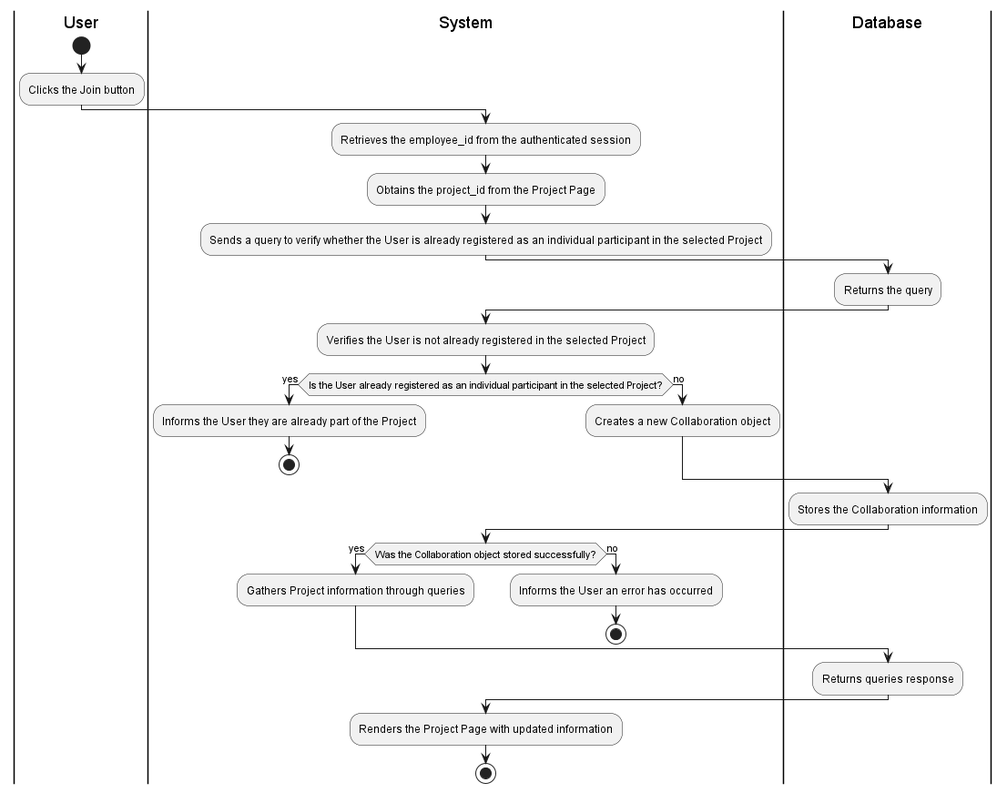
Earlier version of the PlantUML export documentation/activity_diagrams/out/PROJ-05-01-ActivityDiagram/PROJ-05-01-ActivityDiagram.png (Berthou05/LimboSoftwareDevelopment_Change.org). Source of this version:
```plantuml
@startuml
|User|
start
:Clicks the Join button;

|System|
:Retrieves the employee_id from the authenticated session;
:Obtains the project_id from the Project Page;
:Sends a query to verify whether the User is already registered as an individual participant in the selected Project;

|Database|
:Returns the query;

|System|
:Verifies the User is not already registered in the selected Project;
if (Is the User already registered as an individual participant in the selected Project?) then (yes)
    :Informs the User they are already part of the Project;
    stop
else (no)
    :Creates a new Collaboration object;
endif

|Database|
:Stores the Collaboration information;

|System|
if (Was the Collaboration object stored successfully?) then (yes)
    :Gathers Project information through queries;
else (no)
    :Informs the User an error has occurred;
    stop
endif

|Database|
:Returns queries response;

|System|
:Renders the Project Page with updated information;
stop
@enduml
```
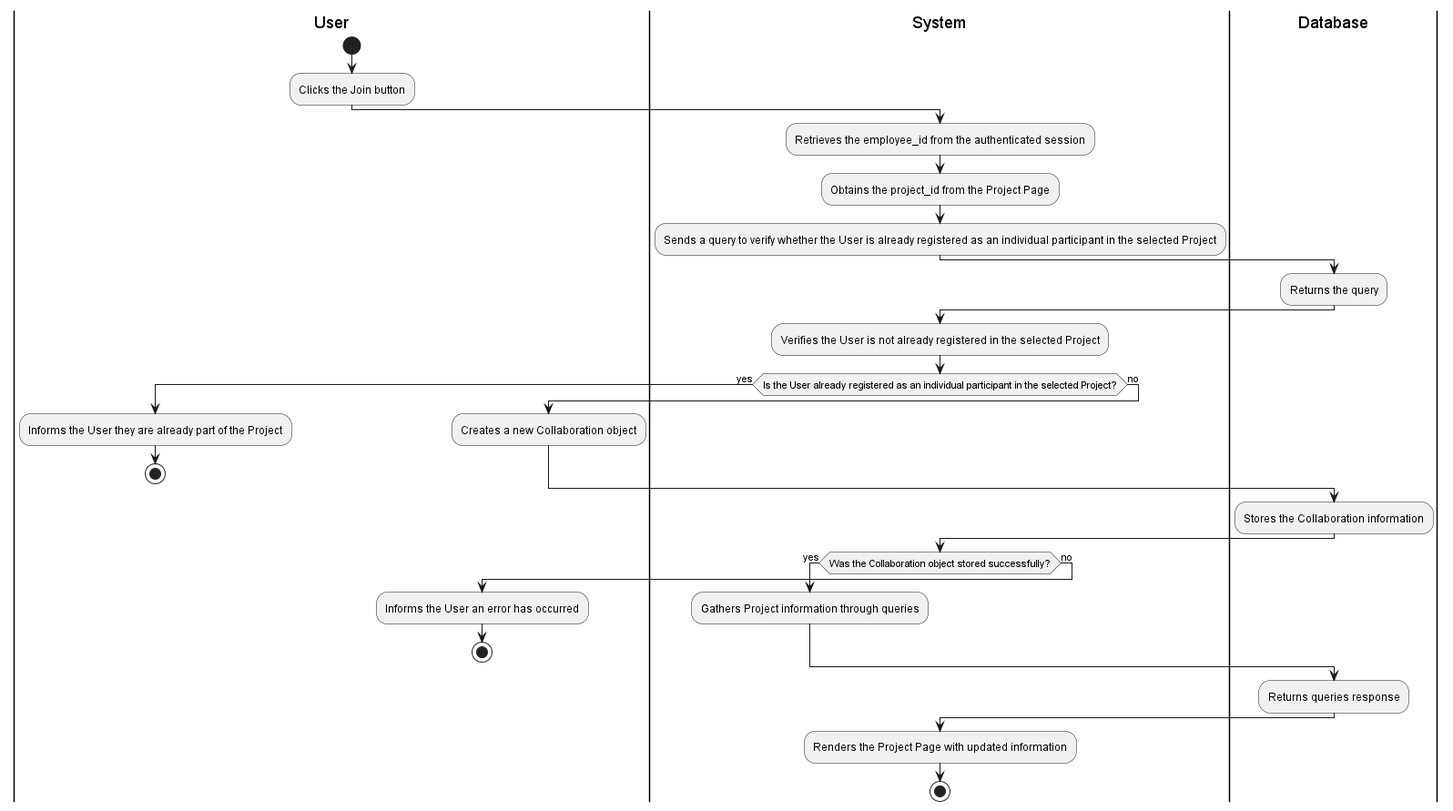
Later version of the same file.

Diff of the diagram source:
```diff
@@ -14,6 +14,8 @@
 |System|
 :Verifies the User is not already registered in the selected Project;
 if (Is the User already registered as an individual participant in the selected Project?) then (yes)
+|User|
+
     :Informs the User they are already part of the Project;
     stop
 else (no)
@@ -27,6 +29,7 @@
 if (Was the Collaboration object stored successfully?) then (yes)
     :Gathers Project information through queries;
 else (no)
+|User|
     :Informs the User an error has occurred;
     stop
 endif
```
